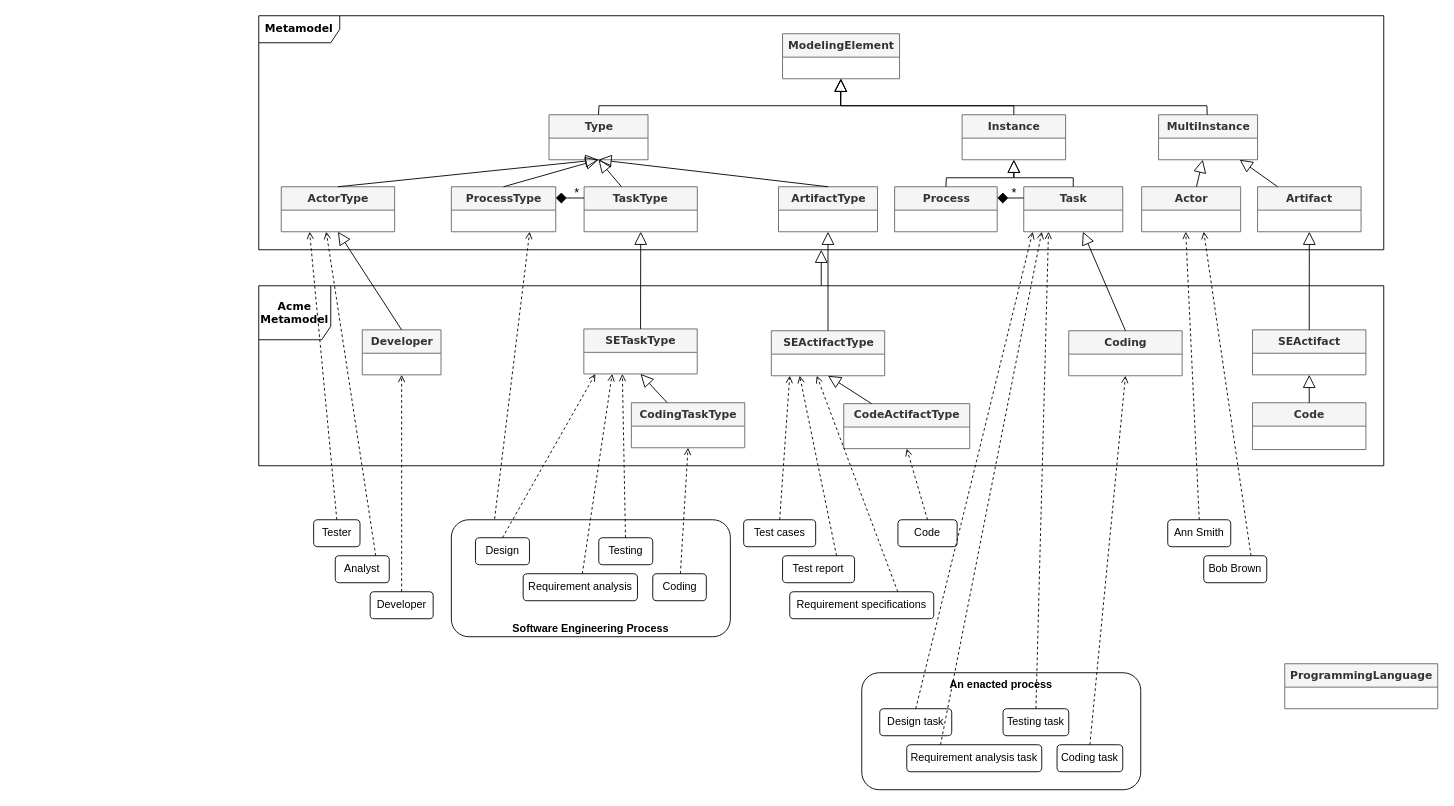
The draw.io diagram Figures/AcmeFullArchitecture.drawio in labsticc-p4s/multi-process-challenge, before the edit. Source tidied: cells renumbered, new cells numbered last; positions are measured from the earlier drawing's top-left corner, leaving out a move shared by most shapes. Both pictures are drawn from the tidied source at 90%, with x=0, y=0 at pixel (258, 15).
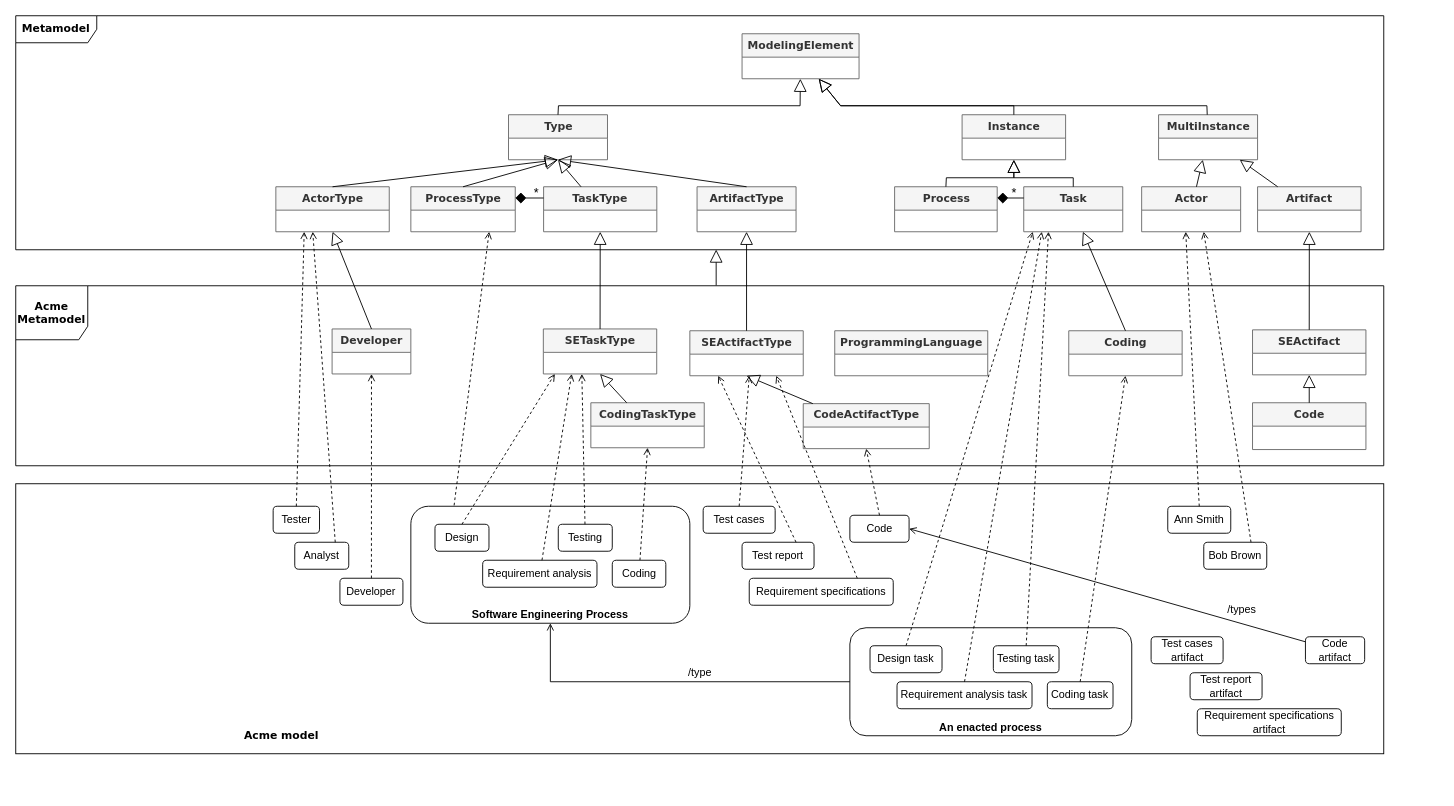
The same diagram, later.

The edit, as a diff of the source:
```diff
@@
+    <mxCell id="88" style="rounded=0;whiteSpace=wrap;html=1;align=center;" parent="1" vertex="1">
+      <mxGeometry x="-270" y="520" width="1520" height="300" as="geometry" />
+    </mxCell>
@@
     <mxCell id="4" value="&lt;font style=&quot;font-size: 14px&quot;&gt;*&lt;/font&gt;" style="edgeLabel;html=1;align=left;verticalAlign=bottom;" parent="1" vertex="1">
-      <mxGeometry x="334" y="294" as="geometry">
+      <mxGeometry x="289" y="294" as="geometry">
         <mxPoint x="15" y="-87" as="offset" />
       </mxGeometry>
     </mxCell>
     <mxCell id="5" value="&lt;b&gt;&lt;font style=&quot;font-size: 12px&quot;&gt;Metamodel&lt;/font&gt;&lt;/b&gt;" style="shape=umlFrame;whiteSpace=wrap;html=1;rounded=0;shadow=0;comic=0;labelBackgroundColor=none;strokeWidth=1;fontFamily=Verdana;fontSize=10;align=center;width=90;height=30;" parent="1" vertex="1">
-      <mxGeometry width="1250" height="260" as="geometry" />
+      <mxGeometry x="-270" width="1520" height="260" as="geometry" />
     </mxCell>
     <mxCell id="6" value="&lt;font style=&quot;font-size: 12px&quot;&gt;&lt;b&gt;ModelingElement&lt;/b&gt;&lt;/font&gt;" style="swimlane;html=1;fontStyle=0;horizontal=1;startSize=26;fillColor=#f5f5f5;swimlaneFillColor=#ffffff;rounded=0;shadow=0;comic=0;labelBackgroundColor=none;strokeWidth=1;fontFamily=Verdana;fontSize=10;align=center;strokeColor=#666666;fontColor=#333333;" parent="1" vertex="1">
-      <mxGeometry x="582" y="20" width="130" height="50" as="geometry" />
+      <mxGeometry x="537" y="20" width="130" height="50" as="geometry" />
     </mxCell>
     <mxCell id="7" value="&lt;font style=&quot;font-size: 12px&quot;&gt;&lt;b&gt;Type&lt;/b&gt;&lt;/font&gt;" style="swimlane;html=1;fontStyle=0;horizontal=1;startSize=26;fillColor=#f5f5f5;swimlaneFillColor=#ffffff;rounded=0;shadow=0;comic=0;labelBackgroundColor=none;strokeWidth=1;fontFamily=Verdana;fontSize=10;align=center;strokeColor=#666666;fontColor=#333333;" parent="1" vertex="1">
-      <mxGeometry x="322.5" y="110" width="110" height="50" as="geometry" />
+      <mxGeometry x="277.5" y="110" width="110" height="50" as="geometry" />
     </mxCell>
@@
     <mxCell id="10" style="endArrow=block;endSize=12;endFill=0;html=1;exitX=0.5;exitY=0;exitDx=0;exitDy=0;rounded=0;" parent="1" edge="1" source="7" target="6">
       <mxGeometry relative="1" as="geometry">
         <Array as="points">
-          <mxPoint x="378" y="100" />
-          <mxPoint x="646.5" y="100" />
+          <mxPoint x="333" y="100" />
+          <mxPoint x="601.5" y="100" />
         </Array>
       </mxGeometry>
     </mxCell>
@@
     <mxCell id="13" value="&lt;font style=&quot;font-size: 12px&quot;&gt;&lt;b&gt;ProcessType&lt;/b&gt;&lt;/font&gt;" style="swimlane;html=1;fontStyle=0;horizontal=1;startSize=26;fillColor=#f5f5f5;swimlaneFillColor=#ffffff;rounded=0;shadow=0;comic=0;labelBackgroundColor=none;strokeWidth=1;fontFamily=Verdana;fontSize=10;align=center;strokeColor=#666666;fontColor=#333333;" parent="1" vertex="1">
-      <mxGeometry x="214" y="190" width="116" height="50" as="geometry" />
+      <mxGeometry x="169" y="190" width="116" height="50" as="geometry" />
     </mxCell>
@@
     <mxCell id="15" value="&lt;font style=&quot;font-size: 12px&quot;&gt;&lt;b&gt;TaskType&lt;/b&gt;&lt;/font&gt;" style="swimlane;html=1;fontStyle=0;horizontal=1;startSize=26;fillColor=#f5f5f5;swimlaneFillColor=#ffffff;rounded=0;shadow=0;comic=0;labelBackgroundColor=none;strokeWidth=1;fontFamily=Verdana;fontSize=10;align=center;strokeColor=#666666;fontColor=#333333;" parent="1" vertex="1">
-      <mxGeometry x="361.5" y="190" width="125.8" height="50" as="geometry" />
+      <mxGeometry x="316.5" y="190" width="125.8" height="50" as="geometry" />
     </mxCell>
@@
     <mxCell id="17" value="&lt;font style=&quot;font-size: 12px&quot;&gt;&lt;b&gt;ActorType&lt;/b&gt;&lt;/font&gt;" style="swimlane;html=1;fontStyle=0;horizontal=1;startSize=26;fillColor=#f5f5f5;swimlaneFillColor=#ffffff;rounded=0;shadow=0;comic=0;labelBackgroundColor=none;strokeWidth=1;fontFamily=Verdana;fontSize=10;align=center;strokeColor=#666666;fontColor=#333333;" parent="1" vertex="1">
-      <mxGeometry x="25" y="190" width="126" height="50" as="geometry" />
+      <mxGeometry x="19" y="190" width="126" height="50" as="geometry" />
     </mxCell>
     <mxCell id="18" value="&lt;div style=&quot;font-size: 12px&quot;&gt;&lt;font style=&quot;font-size: 12px&quot;&gt;&lt;b&gt;ArtifactType&lt;/b&gt;&lt;/font&gt;&lt;/div&gt;" style="swimlane;html=1;fontStyle=0;horizontal=1;startSize=26;fillColor=#f5f5f5;swimlaneFillColor=#ffffff;rounded=0;shadow=0;comic=0;labelBackgroundColor=none;strokeWidth=1;fontFamily=Verdana;fontSize=10;align=center;strokeColor=#666666;fontColor=#333333;" parent="1" vertex="1">
-      <mxGeometry x="577.5" y="190" width="110" height="50" as="geometry" />
+      <mxGeometry x="487" y="190" width="110" height="50" as="geometry" />
     </mxCell>
@@
     <mxCell id="31" value="&lt;b&gt;&lt;font style=&quot;font-size: 12px&quot;&gt;Acme Metamodel&lt;/font&gt;&lt;/b&gt;" style="shape=umlFrame;whiteSpace=wrap;html=1;rounded=0;shadow=0;comic=0;labelBackgroundColor=none;strokeWidth=1;fontFamily=Verdana;fontSize=10;align=center;width=80;height=60;" parent="1" vertex="1">
-      <mxGeometry y="300" width="1250" height="200" as="geometry" />
+      <mxGeometry x="-270" y="300" width="1520" height="200" as="geometry" />
     </mxCell>
-    <mxCell id="32" style="endArrow=block;endSize=12;endFill=0;html=1;rounded=0;" parent="1" edge="1" source="31" target="5">
+    <mxCell id="32" style="endArrow=block;endSize=12;endFill=0;html=1;rounded=0;entryX=0.512;entryY=0.999;entryDx=0;entryDy=0;entryPerimeter=0;exitX=0.512;exitY=-0.002;exitDx=0;exitDy=0;exitPerimeter=0;" parent="1" edge="1" source="31" target="5">
       <mxGeometry relative="1" as="geometry" />
     </mxCell>
     <mxCell id="33" value="&lt;b&gt;&lt;font style=&quot;font-size: 12px&quot;&gt;Developer&lt;/font&gt;&lt;/b&gt;" style="swimlane;html=1;fontStyle=0;horizontal=1;startSize=26;fillColor=#f5f5f5;swimlaneFillColor=#ffffff;rounded=0;shadow=0;comic=0;labelBackgroundColor=none;strokeWidth=1;fontFamily=Verdana;fontSize=10;align=center;strokeColor=#666666;fontColor=#333333;" parent="1" vertex="1">
-      <mxGeometry x="115" y="349" width="87.5" height="50" as="geometry" />
+      <mxGeometry x="81.5" y="348" width="87.5" height="50" as="geometry" />
     </mxCell>
     <mxCell id="34" value="&lt;b&gt;&lt;font style=&quot;font-size: 12px&quot;&gt;SEActifactType&lt;/font&gt;&lt;/b&gt;" style="swimlane;html=1;fontStyle=0;horizontal=1;startSize=26;fillColor=#f5f5f5;swimlaneFillColor=#ffffff;rounded=0;shadow=0;comic=0;labelBackgroundColor=none;strokeWidth=1;fontFamily=Verdana;fontSize=10;align=center;strokeColor=#666666;fontColor=#333333;" parent="1" vertex="1">
-      <mxGeometry x="569.5" y="350" width="126" height="50" as="geometry" />
+      <mxGeometry x="479" y="350" width="126" height="50" as="geometry" />
     </mxCell>
     <mxCell id="35" value="&lt;b&gt;&lt;font style=&quot;font-size: 12px&quot;&gt;CodeActifactType&lt;/font&gt;&lt;/b&gt;" style="swimlane;html=1;fontStyle=0;horizontal=1;startSize=26;fillColor=#f5f5f5;swimlaneFillColor=#ffffff;rounded=0;shadow=0;comic=0;labelBackgroundColor=none;strokeWidth=1;fontFamily=Verdana;fontSize=10;align=center;strokeColor=#666666;fontColor=#333333;" parent="1" vertex="1">
-      <mxGeometry x="650" y="431" width="140" height="50" as="geometry" />
+      <mxGeometry x="605" y="431" width="140" height="50" as="geometry" />
     </mxCell>
     <mxCell id="36" value="&lt;b&gt;&lt;font style=&quot;font-size: 12px&quot;&gt;SETaskType&lt;/font&gt;&lt;/b&gt;" style="swimlane;html=1;fontStyle=0;horizontal=1;startSize=26;fillColor=#f5f5f5;swimlaneFillColor=#ffffff;rounded=0;shadow=0;comic=0;labelBackgroundColor=none;strokeWidth=1;fontFamily=Verdana;fontSize=10;align=center;strokeColor=#666666;fontColor=#333333;" parent="1" vertex="1">
-      <mxGeometry x="361.2" y="348" width="126" height="50" as="geometry" />
+      <mxGeometry x="316.2" y="348" width="126" height="50" as="geometry" />
     </mxCell>
     <mxCell id="37" value="&lt;b&gt;&lt;font style=&quot;font-size: 12px&quot;&gt;CodingTaskType&lt;/font&gt;&lt;/b&gt;" style="swimlane;html=1;fontStyle=0;horizontal=1;startSize=26;fillColor=#f5f5f5;swimlaneFillColor=#ffffff;rounded=0;shadow=0;comic=0;labelBackgroundColor=none;strokeWidth=1;fontFamily=Verdana;fontSize=10;align=center;strokeColor=#666666;fontColor=#333333;" parent="1" vertex="1">
-      <mxGeometry x="414" y="430" width="126" height="50" as="geometry" />
+      <mxGeometry x="369" y="430" width="126" height="50" as="geometry" />
     </mxCell>
@@
     <mxCell id="41" value="&lt;b&gt;&lt;font style=&quot;font-size: 12px&quot;&gt;ProgrammingLanguage&lt;/font&gt;&lt;/b&gt;" style="swimlane;html=1;fontStyle=0;horizontal=1;startSize=26;fillColor=#f5f5f5;swimlaneFillColor=#ffffff;rounded=0;shadow=0;comic=0;labelBackgroundColor=none;strokeWidth=1;fontFamily=Verdana;fontSize=10;align=center;strokeColor=#666666;fontColor=#333333;" parent="1" vertex="1">
-      <mxGeometry x="1140" y="720" width="170" height="50" as="geometry" />
+      <mxGeometry x="640" y="350" width="170" height="50" as="geometry" />
     </mxCell>
@@
     <mxCell id="50" value="&lt;b&gt;Software Engineering Process&lt;/b&gt;" style="rounded=1;whiteSpace=wrap;html=1;align=center;verticalAlign=bottom;" parent="1" vertex="1">
-      <mxGeometry x="214" y="560" width="310" height="130" as="geometry" />
+      <mxGeometry x="169" y="545" width="310" height="130" as="geometry" />
     </mxCell>
     <mxCell id="51" value="Requirement analysis" style="rounded=1;whiteSpace=wrap;html=1;align=center;" parent="1" vertex="1">
-      <mxGeometry x="293.8" y="620" width="127" height="30" as="geometry" />
+      <mxGeometry x="248.8" y="605" width="127" height="30" as="geometry" />
     </mxCell>
     <mxCell id="52" value="Testing" style="rounded=1;whiteSpace=wrap;html=1;align=center;" parent="1" vertex="1">
-      <mxGeometry x="377.8" y="580" width="60" height="30" as="geometry" />
+      <mxGeometry x="332.8" y="565" width="60" height="30" as="geometry" />
     </mxCell>
@@
     <mxCell id="54" value="Coding" style="rounded=1;whiteSpace=wrap;html=1;align=center;" parent="1" vertex="1">
-      <mxGeometry x="437.8" y="620" width="59.5" height="30" as="geometry" />
+      <mxGeometry x="392.8" y="605" width="59.5" height="30" as="geometry" />
     </mxCell>
@@
     <mxCell id="56" style="rounded=0;jettySize=auto;html=1;dashed=1;endArrow=open;endFill=0;" parent="1" edge="1" source="52">
       <mxGeometry relative="1" as="geometry">
-        <mxPoint x="404" y="398" as="targetPoint" />
+        <mxPoint x="359" y="398" as="targetPoint" />
       </mxGeometry>
     </mxCell>
     <mxCell id="57" value="Requirement specifications" style="rounded=1;whiteSpace=wrap;html=1;align=center;" parent="1" vertex="1">
-      <mxGeometry x="590" y="640" width="160" height="30" as="geometry" />
+      <mxGeometry x="545" y="625" width="160" height="30" as="geometry" />
     </mxCell>
     <mxCell id="58" value="Test cases" style="rounded=1;whiteSpace=wrap;html=1;align=center;" parent="1" vertex="1">
-      <mxGeometry x="538.8" y="560" width="80" height="30" as="geometry" />
+      <mxGeometry x="493.8" y="545" width="80" height="30" as="geometry" />
     </mxCell>
     <mxCell id="59" value="Code" style="rounded=1;whiteSpace=wrap;html=1;align=center;" parent="1" vertex="1">
-      <mxGeometry x="710.2" y="560" width="65.8" height="30" as="geometry" />
+      <mxGeometry x="656.8" y="555" width="65.8" height="30" as="geometry" />
     </mxCell>
     <mxCell id="60" value="Test report" style="rounded=1;whiteSpace=wrap;html=1;align=center;" parent="1" vertex="1">
-      <mxGeometry x="582" y="600" width="80" height="30" as="geometry" />
+      <mxGeometry x="537" y="585" width="80" height="30" as="geometry" />
     </mxCell>
     <mxCell id="61" value="Analyst" style="rounded=1;whiteSpace=wrap;html=1;align=center;" parent="1" vertex="1">
-      <mxGeometry x="85" y="600" width="60" height="30" as="geometry" />
+      <mxGeometry x="40" y="585" width="60" height="30" as="geometry" />
     </mxCell>
     <mxCell id="62" value="Tester" style="rounded=1;whiteSpace=wrap;html=1;align=center;" parent="1" vertex="1">
-      <mxGeometry x="61" y="560" width="51.5" height="30" as="geometry" />
+      <mxGeometry x="16" y="545" width="51.5" height="30" as="geometry" />
     </mxCell>
     <mxCell id="63" value="Developer" style="rounded=1;whiteSpace=wrap;html=1;align=center;" parent="1" vertex="1">
-      <mxGeometry x="123.8" y="640" width="70" height="30" as="geometry" />
+      <mxGeometry x="90.2" y="625" width="70" height="30" as="geometry" />
     </mxCell>
     <mxCell id="64" value="Bob Brown" style="rounded=1;whiteSpace=wrap;html=1;align=center;" parent="1" vertex="1">
-      <mxGeometry x="1050" y="600" width="70" height="30" as="geometry" />
+      <mxGeometry x="1050" y="585" width="70" height="30" as="geometry" />
     </mxCell>
     <mxCell id="65" value="Ann Smith" style="rounded=1;whiteSpace=wrap;html=1;align=center;" parent="1" vertex="1">
-      <mxGeometry x="1010" y="560" width="70" height="30" as="geometry" />
+      <mxGeometry x="1010" y="545" width="70" height="30" as="geometry" />
     </mxCell>
     <mxCell id="66" value="Design" style="rounded=1;whiteSpace=wrap;html=1;align=center;" parent="1" vertex="1">
-      <mxGeometry x="240.8" y="580" width="60" height="30" as="geometry" />
+      <mxGeometry x="195.8" y="565" width="60" height="30" as="geometry" />
     </mxCell>
     <mxCell id="67" style="rounded=0;jettySize=auto;html=1;dashed=1;endArrow=open;endFill=0;exitX=0.5;exitY=0;exitDx=0;exitDy=0;" parent="1" edge="1" source="66">
       <mxGeometry relative="1" as="geometry">
-        <mxPoint x="374" y="398" as="targetPoint" />
+        <mxPoint x="329" y="398" as="targetPoint" />
       </mxGeometry>
     </mxCell>
@@
     <mxCell id="69" style="rounded=0;jettySize=auto;html=1;dashed=1;endArrow=open;endFill=0;exitX=0.75;exitY=0;exitDx=0;exitDy=0;" parent="1" edge="1" source="61">
       <mxGeometry relative="1" as="geometry">
-        <mxPoint x="75" y="240" as="targetPoint" />
+        <mxPoint x="60" y="240" as="targetPoint" />
       </mxGeometry>
     </mxCell>
@@
     <mxCell id="71" style="rounded=0;jettySize=auto;html=1;dashed=1;endArrow=open;endFill=0;exitX=0.5;exitY=0;exitDx=0;exitDy=0;" parent="1" edge="1" source="58">
       <mxGeometry relative="1" as="geometry">
-        <mxPoint x="590" y="400" as="targetPoint" />
+        <mxPoint x="545" y="400" as="targetPoint" />
       </mxGeometry>
     </mxCell>
@@
     <mxCell id="73" style="rounded=0;jettySize=auto;html=1;dashed=1;endArrow=open;endFill=0;exitX=0.75;exitY=0;exitDx=0;exitDy=0;" parent="1" edge="1" source="57">
       <mxGeometry relative="1" as="geometry">
-        <mxPoint x="620" y="400" as="targetPoint" />
+        <mxPoint x="575" y="400" as="targetPoint" />
       </mxGeometry>
     </mxCell>
@@
-    <mxCell id="79" value="&lt;b&gt;An enacted process&lt;/b&gt;" style="rounded=1;whiteSpace=wrap;html=1;align=center;verticalAlign=top;" parent="1" vertex="1">
-      <mxGeometry x="670" y="730" width="310" height="130" as="geometry" />
+    <mxCell id="79" value="&lt;b&gt;An enacted process&lt;/b&gt;" style="rounded=1;whiteSpace=wrap;html=1;align=center;verticalAlign=bottom;" parent="1" vertex="1">
+      <mxGeometry x="656.8" y="680" width="313.2" height="120" as="geometry" />
     </mxCell>
     <mxCell id="80" value="Requirement analysis task" style="rounded=1;whiteSpace=wrap;html=1;align=center;" parent="1" vertex="1">
-      <mxGeometry x="720" y="810" width="150" height="30" as="geometry" />
+      <mxGeometry x="709.2" y="740" width="150" height="30" as="geometry" />
     </mxCell>
     <mxCell id="81" value="Testing task" style="rounded=1;whiteSpace=wrap;html=1;align=center;" parent="1" vertex="1">
-      <mxGeometry x="827" y="770" width="73" height="30" as="geometry" />
+      <mxGeometry x="816.2" y="700" width="73" height="30" as="geometry" />
     </mxCell>
     <mxCell id="82" value="Coding task" style="rounded=1;whiteSpace=wrap;html=1;align=center;" parent="1" vertex="1">
-      <mxGeometry x="887" y="810" width="73" height="30" as="geometry" />
+      <mxGeometry x="876.2" y="740" width="73" height="30" as="geometry" />
     </mxCell>
     <mxCell id="83" value="Design task" style="rounded=1;whiteSpace=wrap;html=1;align=center;" parent="1" vertex="1">
-      <mxGeometry x="690" y="770" width="80" height="30" as="geometry" />
+      <mxGeometry x="679.2" y="700" width="80" height="30" as="geometry" />
     </mxCell>
@@
-    <mxCell id="85" style="rounded=0;jettySize=auto;html=1;dashed=1;endArrow=open;endFill=0;exitX=0.25;exitY=0;exitDx=0;exitDy=0;" parent="1" edge="1" source="80">
+    <mxCell id="85" style="rounded=0;jettySize=auto;html=1;dashed=1;endArrow=open;endFill=0;exitX=0.5;exitY=0;exitDx=0;exitDy=0;" parent="1" edge="1" source="80">
       <mxGeometry relative="1" as="geometry">
         <mxPoint x="870" y="240" as="targetPoint" />
       </mxGeometry>
     </mxCell>
@@
+    <mxCell id="89" value="Requirement specifications artifact" style="rounded=1;whiteSpace=wrap;html=1;align=center;" parent="1" vertex="1">
+      <mxGeometry x="1042.8" y="770" width="160" height="30" as="geometry" />
+    </mxCell>
+    <mxCell id="90" value="Test cases artifact" style="rounded=1;whiteSpace=wrap;html=1;align=center;" parent="1" vertex="1">
+      <mxGeometry x="991.5" y="690" width="80" height="30" as="geometry" />
+    </mxCell>
+    <mxCell id="91" style="edgeStyle=none;rounded=0;jettySize=auto;html=1;entryX=1;entryY=0.5;entryDx=0;entryDy=0;endArrow=open;endFill=0;" parent="1" edge="1" source="92" target="59">
+      <mxGeometry relative="1" as="geometry" />
+    </mxCell>
+    <mxCell id="92" value="Code artifact" style="rounded=1;whiteSpace=wrap;html=1;align=center;" parent="1" vertex="1">
+      <mxGeometry x="1163" y="690" width="65.8" height="30" as="geometry" />
+    </mxCell>
+    <mxCell id="93" value="Test report artifact" style="rounded=1;whiteSpace=wrap;html=1;align=center;" parent="1" vertex="1">
+      <mxGeometry x="1034.8" y="730" width="80" height="30" as="geometry" />
+    </mxCell>
+    <mxCell id="94" value="&lt;font style=&quot;font-size: 12px&quot; face=&quot;Verdana&quot;&gt;&lt;b&gt;Acme model&lt;/b&gt;&lt;/font&gt;" style="text;html=1;align=center;verticalAlign=middle;strokeColor=none;" parent="1" vertex="1">
+      <mxGeometry x="-25" y="790" width="100" height="20" as="geometry" />
+    </mxCell>
+    <mxCell id="95" style="edgeStyle=orthogonalEdgeStyle;rounded=0;jettySize=auto;html=1;entryX=0.5;entryY=1;entryDx=0;entryDy=0;endArrow=open;endFill=0;exitX=0;exitY=0.5;exitDx=0;exitDy=0;" parent="1" edge="1" source="79" target="50">
+      <mxGeometry relative="1" as="geometry" />
+    </mxCell>
+    <mxCell id="96" value="/type" style="text;html=1;align=center;verticalAlign=middle;strokeColor=none;" parent="1" vertex="1">
+      <mxGeometry x="470" y="720" width="40" height="20" as="geometry" />
+    </mxCell>
+    <mxCell id="97" value="/types" style="text;html=1;align=center;verticalAlign=middle;strokeColor=none;" parent="1" vertex="1">
+      <mxGeometry x="1066.5" y="650" width="50" height="20" as="geometry" />
+    </mxCell>
```
